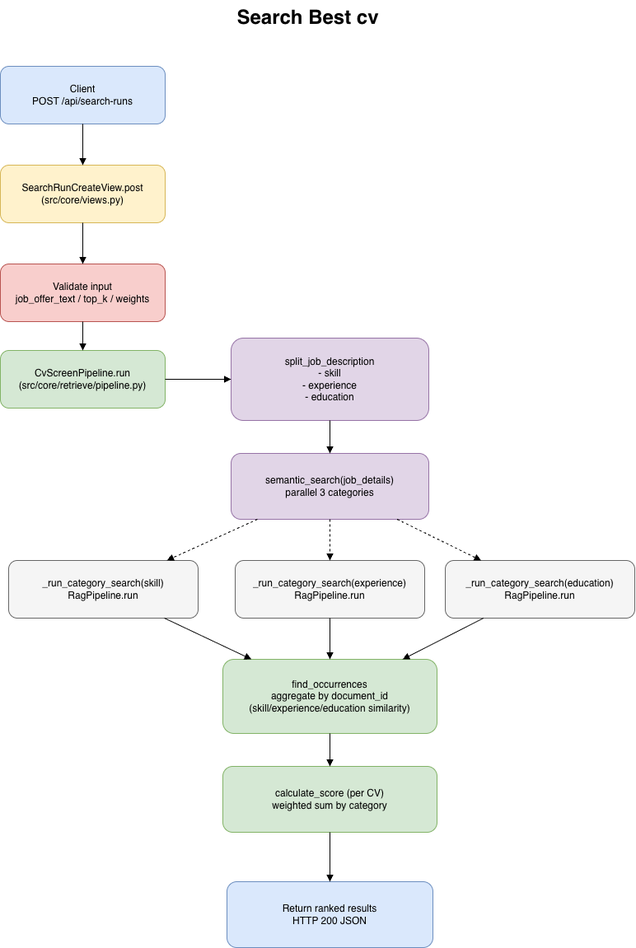
Before: docs/search_pipeline.drawio.png, a diagram exported from draw.io (DavideCamp/match_cv). Source tidied: cells renumbered, new cells last; positions are measured from the earlier drawing's top-left corner, leaving out a move shared by most shapes. Source of this version:
```xml
<mxGraphModel>
  <root>
    <mxCell id="0" />
    <mxCell id="1" parent="0" />
    <mxCell id="2" value="Client&#10;POST /api/search-runs" style="rounded=1;whiteSpace=wrap;html=1;fillColor=#dae8fc;strokeColor=#6c8ebf;" parent="1" vertex="1">
      <mxGeometry y="80" width="200" height="70" as="geometry" />
    </mxCell>
    <mxCell id="3" value="SearchRunCreateView.post&#10;(src/core/views.py)" style="rounded=1;whiteSpace=wrap;html=1;fillColor=#fff2cc;strokeColor=#d6b656;" parent="1" vertex="1">
      <mxGeometry y="200" width="200" height="70" as="geometry" />
    </mxCell>
    <mxCell id="4" value="Validate input&#10;job_offer_text / top_k / weights" style="rounded=1;whiteSpace=wrap;html=1;fillColor=#f8cecc;strokeColor=#b85450;" parent="1" vertex="1">
      <mxGeometry y="320" width="200" height="70" as="geometry" />
    </mxCell>
    <mxCell id="5" value="CvScreenPipeline.run&#10;(src/core/retrieve/pipeline.py)" style="rounded=1;whiteSpace=wrap;html=1;fillColor=#d5e8d4;strokeColor=#82b366;" parent="1" vertex="1">
      <mxGeometry y="425" width="200" height="70" as="geometry" />
    </mxCell>
    <mxCell id="6" value="split_job_description&#10;- skill&#10;- experience&#10;- education" style="rounded=1;whiteSpace=wrap;html=1;fillColor=#e1d5e7;strokeColor=#9673a6;" parent="1" vertex="1">
      <mxGeometry x="280" y="410" width="240" height="100" as="geometry" />
    </mxCell>
    <mxCell id="7" value="semantic_search(job_details)&#10;parallel 3 categories" style="rounded=1;whiteSpace=wrap;html=1;fillColor=#e1d5e7;strokeColor=#9673a6;" parent="1" vertex="1">
      <mxGeometry x="280" y="550" width="240" height="80" as="geometry" />
    </mxCell>
    <mxCell id="8" value="_run_category_search(skill)&#10;RagPipeline.run" style="rounded=1;whiteSpace=wrap;html=1;fillColor=#f5f5f5;strokeColor=#666666;" parent="1" vertex="1">
      <mxGeometry x="10" y="680" width="230" height="70" as="geometry" />
    </mxCell>
    <mxCell id="9" value="_run_category_search(experience)&#10;RagPipeline.run" style="rounded=1;whiteSpace=wrap;html=1;fillColor=#f5f5f5;strokeColor=#666666;" parent="1" vertex="1">
      <mxGeometry x="285" y="680" width="230" height="70" as="geometry" />
    </mxCell>
    <mxCell id="10" value="_run_category_search(education)&#10;RagPipeline.run" style="rounded=1;whiteSpace=wrap;html=1;fillColor=#f5f5f5;strokeColor=#666666;" parent="1" vertex="1">
      <mxGeometry x="540" y="680" width="230" height="70" as="geometry" />
    </mxCell>
    <mxCell id="11" value="find_occurrences&#10;aggregate by document_id&#10;(skill/experience/education similarity)" style="rounded=1;whiteSpace=wrap;html=1;fillColor=#d5e8d4;strokeColor=#82b366;" parent="1" vertex="1">
      <mxGeometry x="270" y="800" width="260" height="90" as="geometry" />
    </mxCell>
    <mxCell id="12" value="calculate_score (per CV)&#10;weighted sum by category" style="rounded=1;whiteSpace=wrap;html=1;fillColor=#d5e8d4;strokeColor=#82b366;" parent="1" vertex="1">
      <mxGeometry x="270" y="930" width="260" height="80" as="geometry" />
    </mxCell>
    <mxCell id="13" value="Return ranked results&#10;HTTP 200 JSON" style="rounded=1;whiteSpace=wrap;html=1;fillColor=#dae8fc;strokeColor=#6c8ebf;" parent="1" vertex="1">
      <mxGeometry x="275" y="1070" width="250" height="80" as="geometry" />
    </mxCell>
    <mxCell id="14" style="endArrow=block;html=1;" parent="1" edge="1" source="2" target="3">
      <mxGeometry relative="1" as="geometry" />
    </mxCell>
    <mxCell id="15" style="endArrow=block;html=1;" parent="1" edge="1" source="3" target="4">
      <mxGeometry relative="1" as="geometry" />
    </mxCell>
    <mxCell id="16" style="endArrow=block;html=1;" parent="1" edge="1" source="4" target="5">
      <mxGeometry relative="1" as="geometry" />
    </mxCell>
    <mxCell id="17" style="endArrow=block;html=1;" parent="1" edge="1" source="5" target="6">
      <mxGeometry relative="1" as="geometry" />
    </mxCell>
    <mxCell id="18" style="endArrow=block;html=1;" parent="1" edge="1" source="6" target="7">
      <mxGeometry relative="1" as="geometry" />
    </mxCell>
    <mxCell id="19" style="endArrow=block;html=1;dashed=1;" parent="1" edge="1" source="7" target="8">
      <mxGeometry relative="1" as="geometry" />
    </mxCell>
    <mxCell id="20" style="endArrow=block;html=1;dashed=1;" parent="1" edge="1" source="7" target="9">
      <mxGeometry relative="1" as="geometry" />
    </mxCell>
    <mxCell id="21" style="endArrow=block;html=1;dashed=1;" parent="1" edge="1" source="7" target="10">
      <mxGeometry relative="1" as="geometry" />
    </mxCell>
    <mxCell id="22" style="endArrow=block;html=1;" parent="1" edge="1" source="8" target="11">
      <mxGeometry relative="1" as="geometry" />
    </mxCell>
    <mxCell id="23" style="endArrow=block;html=1;" parent="1" edge="1" source="9" target="11">
      <mxGeometry relative="1" as="geometry" />
    </mxCell>
    <mxCell id="24" style="endArrow=block;html=1;" parent="1" edge="1" source="10" target="11">
      <mxGeometry relative="1" as="geometry" />
    </mxCell>
    <mxCell id="25" style="endArrow=block;html=1;" parent="1" edge="1" source="11" target="12">
      <mxGeometry relative="1" as="geometry" />
    </mxCell>
    <mxCell id="26" style="endArrow=block;html=1;" parent="1" edge="1" source="12" target="13">
      <mxGeometry relative="1" as="geometry" />
    </mxCell>
    <mxCell id="27" value="&lt;h1 style=&quot;margin-top: 0px;&quot;&gt;Search Best cv&lt;/h1&gt;" style="text;html=1;whiteSpace=wrap;overflow=hidden;rounded=0;align=center;" parent="1" vertex="1">
      <mxGeometry x="156" width="435" height="40" as="geometry" />
    </mxCell>
  </root>
</mxGraphModel>
```
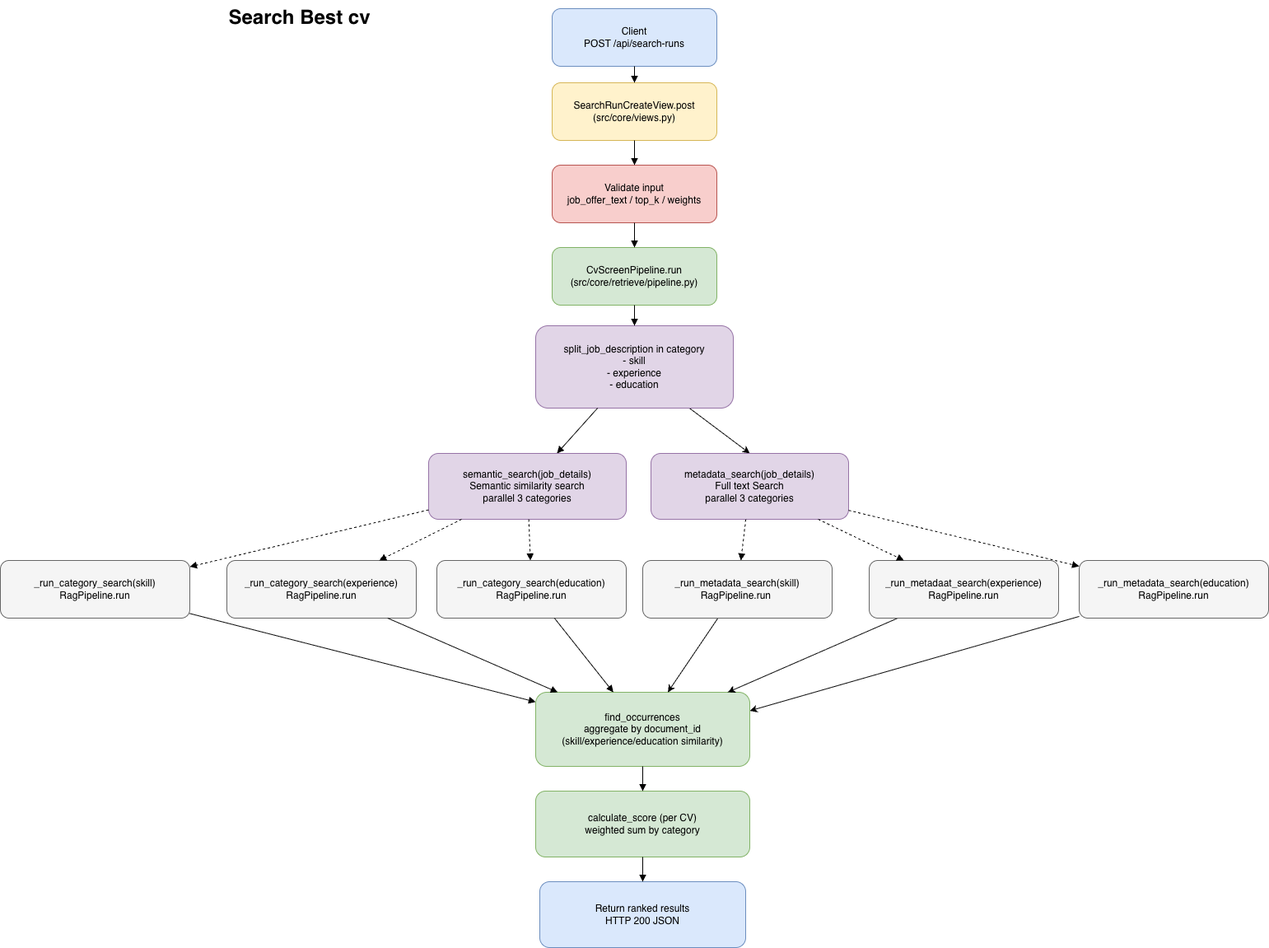
Above is the later version.

Diff of the diagram source:
```diff
@@ -3,23 +3,26 @@
     <mxCell id="0" />
     <mxCell id="1" parent="0" />
     <mxCell id="2" value="Client&#10;POST /api/search-runs" style="rounded=1;whiteSpace=wrap;html=1;fillColor=#dae8fc;strokeColor=#6c8ebf;" parent="1" vertex="1">
-      <mxGeometry y="80" width="200" height="70" as="geometry" />
+      <mxGeometry x="680" y="10" width="200" height="70" as="geometry" />
     </mxCell>
     <mxCell id="3" value="SearchRunCreateView.post&#10;(src/core/views.py)" style="rounded=1;whiteSpace=wrap;html=1;fillColor=#fff2cc;strokeColor=#d6b656;" parent="1" vertex="1">
-      <mxGeometry y="200" width="200" height="70" as="geometry" />
+      <mxGeometry x="680" y="100" width="200" height="70" as="geometry" />
     </mxCell>
     <mxCell id="4" value="Validate input&#10;job_offer_text / top_k / weights" style="rounded=1;whiteSpace=wrap;html=1;fillColor=#f8cecc;strokeColor=#b85450;" parent="1" vertex="1">
-      <mxGeometry y="320" width="200" height="70" as="geometry" />
+      <mxGeometry x="680" y="200" width="200" height="70" as="geometry" />
     </mxCell>
     <mxCell id="5" value="CvScreenPipeline.run&#10;(src/core/retrieve/pipeline.py)" style="rounded=1;whiteSpace=wrap;html=1;fillColor=#d5e8d4;strokeColor=#82b366;" parent="1" vertex="1">
-      <mxGeometry y="425" width="200" height="70" as="geometry" />
+      <mxGeometry x="680" y="300" width="200" height="70" as="geometry" />
     </mxCell>
-    <mxCell id="6" value="split_job_description&#10;- skill&#10;- experience&#10;- education" style="rounded=1;whiteSpace=wrap;html=1;fillColor=#e1d5e7;strokeColor=#9673a6;" parent="1" vertex="1">
-      <mxGeometry x="280" y="410" width="240" height="100" as="geometry" />
-    </mxCell>
-    <mxCell id="7" value="semantic_search(job_details)&#10;parallel 3 categories" style="rounded=1;whiteSpace=wrap;html=1;fillColor=#e1d5e7;strokeColor=#9673a6;" parent="1" vertex="1">
-      <mxGeometry x="280" y="550" width="240" height="80" as="geometry" />
-    </mxCell>
+    <mxCell id="28" style="rounded=0;jettySize=auto;html=1;entryX=0.5;entryY=0;entryDx=0;entryDy=0;" parent="1" edge="1" source="29" target="36">
+      <mxGeometry relative="1" as="geometry" />
+    </mxCell>
+    <mxCell id="29" value="split_job_description in category&lt;br&gt;- skill&lt;br&gt;- experience&lt;br&gt;- education" style="rounded=1;whiteSpace=wrap;html=1;fillColor=#e1d5e7;strokeColor=#9673a6;" parent="1" vertex="1">
+      <mxGeometry x="660" y="395" width="240" height="100" as="geometry" />
+    </mxCell>
+    <mxCell id="30" value="semantic_search(job_details)&lt;div&gt;Semantic similarity search&lt;br&gt;parallel 3 categories&lt;/div&gt;" style="rounded=1;whiteSpace=wrap;html=1;fillColor=#e1d5e7;strokeColor=#9673a6;" parent="1" vertex="1">
+      <mxGeometry x="530" y="550" width="240" height="80" as="geometry" />
+    </mxCell>
     <mxCell id="8" value="_run_category_search(skill)&#10;RagPipeline.run" style="rounded=1;whiteSpace=wrap;html=1;fillColor=#f5f5f5;strokeColor=#666666;" parent="1" vertex="1">
       <mxGeometry x="10" y="680" width="230" height="70" as="geometry" />
     </mxCell>
@@ -30,13 +33,13 @@
       <mxGeometry x="540" y="680" width="230" height="70" as="geometry" />
     </mxCell>
     <mxCell id="11" value="find_occurrences&#10;aggregate by document_id&#10;(skill/experience/education similarity)" style="rounded=1;whiteSpace=wrap;html=1;fillColor=#d5e8d4;strokeColor=#82b366;" parent="1" vertex="1">
-      <mxGeometry x="270" y="800" width="260" height="90" as="geometry" />
+      <mxGeometry x="660" y="840" width="260" height="90" as="geometry" />
     </mxCell>
     <mxCell id="12" value="calculate_score (per CV)&#10;weighted sum by category" style="rounded=1;whiteSpace=wrap;html=1;fillColor=#d5e8d4;strokeColor=#82b366;" parent="1" vertex="1">
-      <mxGeometry x="270" y="930" width="260" height="80" as="geometry" />
+      <mxGeometry x="660" y="960" width="260" height="80" as="geometry" />
     </mxCell>
     <mxCell id="13" value="Return ranked results&#10;HTTP 200 JSON" style="rounded=1;whiteSpace=wrap;html=1;fillColor=#dae8fc;strokeColor=#6c8ebf;" parent="1" vertex="1">
-      <mxGeometry x="275" y="1070" width="250" height="80" as="geometry" />
+      <mxGeometry x="665" y="1070" width="250" height="80" as="geometry" />
     </mxCell>
     <mxCell id="14" style="endArrow=block;html=1;" parent="1" edge="1" source="2" target="3">
       <mxGeometry relative="1" as="geometry" />
@@ -47,21 +50,21 @@
     <mxCell id="16" style="endArrow=block;html=1;" parent="1" edge="1" source="4" target="5">
       <mxGeometry relative="1" as="geometry" />
     </mxCell>
-    <mxCell id="17" style="endArrow=block;html=1;" parent="1" edge="1" source="5" target="6">
-      <mxGeometry relative="1" as="geometry" />
-    </mxCell>
-    <mxCell id="18" style="endArrow=block;html=1;" parent="1" edge="1" source="6" target="7">
-      <mxGeometry relative="1" as="geometry" />
-    </mxCell>
-    <mxCell id="19" style="endArrow=block;html=1;dashed=1;" parent="1" edge="1" source="7" target="8">
-      <mxGeometry relative="1" as="geometry" />
-    </mxCell>
-    <mxCell id="20" style="endArrow=block;html=1;dashed=1;" parent="1" edge="1" source="7" target="9">
-      <mxGeometry relative="1" as="geometry" />
-    </mxCell>
-    <mxCell id="21" style="endArrow=block;html=1;dashed=1;" parent="1" edge="1" source="7" target="10">
-      <mxGeometry relative="1" as="geometry" />
-    </mxCell>
+    <mxCell id="31" style="endArrow=block;html=1;" parent="1" edge="1" source="5" target="29">
+      <mxGeometry relative="1" as="geometry" />
+    </mxCell>
+    <mxCell id="32" style="endArrow=block;html=1;" parent="1" edge="1" source="29" target="30">
+      <mxGeometry relative="1" as="geometry" />
+    </mxCell>
+    <mxCell id="33" style="endArrow=block;html=1;dashed=1;" parent="1" edge="1" source="30" target="8">
+      <mxGeometry relative="1" as="geometry" />
+    </mxCell>
+    <mxCell id="34" style="endArrow=block;html=1;dashed=1;" parent="1" edge="1" source="30" target="9">
+      <mxGeometry relative="1" as="geometry" />
+    </mxCell>
+    <mxCell id="35" style="endArrow=block;html=1;dashed=1;" parent="1" edge="1" source="30" target="10">
+      <mxGeometry relative="1" as="geometry" />
+    </mxCell>
     <mxCell id="22" style="endArrow=block;html=1;" parent="1" edge="1" source="8" target="11">
       <mxGeometry relative="1" as="geometry" />
     </mxCell>
@@ -80,5 +83,35 @@
     <mxCell id="27" value="&lt;h1 style=&quot;margin-top: 0px;&quot;&gt;Search Best cv&lt;/h1&gt;" style="text;html=1;whiteSpace=wrap;overflow=hidden;rounded=0;align=center;" parent="1" vertex="1">
       <mxGeometry x="156" width="435" height="40" as="geometry" />
     </mxCell>
+    <mxCell id="36" value="metadata_search(job_details)&lt;div&gt;Full text Search&lt;br&gt;parallel 3 categories&lt;/div&gt;" style="rounded=1;whiteSpace=wrap;html=1;fillColor=#e1d5e7;strokeColor=#9673a6;" parent="1" vertex="1">
+      <mxGeometry x="800" y="550" width="240" height="80" as="geometry" />
+    </mxCell>
+    <mxCell id="37" style="rounded=0;jettySize=auto;html=1;" parent="1" edge="1" source="38" target="11">
+      <mxGeometry relative="1" as="geometry" />
+    </mxCell>
+    <mxCell id="38" value="_run_metadata_search(skill)&lt;br&gt;RagPipeline.run&amp;nbsp;" style="rounded=1;whiteSpace=wrap;html=1;fillColor=#f5f5f5;strokeColor=#666666;" parent="1" vertex="1">
+      <mxGeometry x="790" y="680" width="230" height="70" as="geometry" />
+    </mxCell>
+    <mxCell id="39" style="rounded=0;jettySize=auto;html=1;" parent="1" edge="1" source="40" target="11">
+      <mxGeometry relative="1" as="geometry" />
+    </mxCell>
+    <mxCell id="40" value="_run_metadaat_search(experience)&lt;br&gt;RagPipeline.run" style="rounded=1;whiteSpace=wrap;html=1;fillColor=#f5f5f5;strokeColor=#666666;" parent="1" vertex="1">
+      <mxGeometry x="1065" y="680" width="230" height="70" as="geometry" />
+    </mxCell>
+    <mxCell id="41" style="edgeStyle=none;shape=connector;rounded=0;jettySize=auto;html=1;entryX=1;entryY=0.25;entryDx=0;entryDy=0;strokeColor=default;align=center;verticalAlign=middle;fontFamily=Helvetica;fontSize=11;fontColor=default;labelBackgroundColor=default;endArrow=classic;" parent="1" edge="1" source="42" target="11">
+      <mxGeometry relative="1" as="geometry" />
+    </mxCell>
+    <mxCell id="42" value="_run_metadata_search(education)&lt;br&gt;RagPipeline.run" style="rounded=1;whiteSpace=wrap;html=1;fillColor=#f5f5f5;strokeColor=#666666;" parent="1" vertex="1">
+      <mxGeometry x="1320" y="680" width="230" height="70" as="geometry" />
+    </mxCell>
+    <mxCell id="43" style="endArrow=block;html=1;dashed=1;" parent="1" edge="1" source="36" target="38">
+      <mxGeometry relative="1" as="geometry" />
+    </mxCell>
+    <mxCell id="44" style="endArrow=block;html=1;dashed=1;" parent="1" edge="1" source="36" target="40">
+      <mxGeometry relative="1" as="geometry" />
+    </mxCell>
+    <mxCell id="45" style="endArrow=block;html=1;dashed=1;" parent="1" edge="1" source="36" target="42">
+      <mxGeometry relative="1" as="geometry" />
+    </mxCell>
   </root>
 </mxGraphModel>
```
